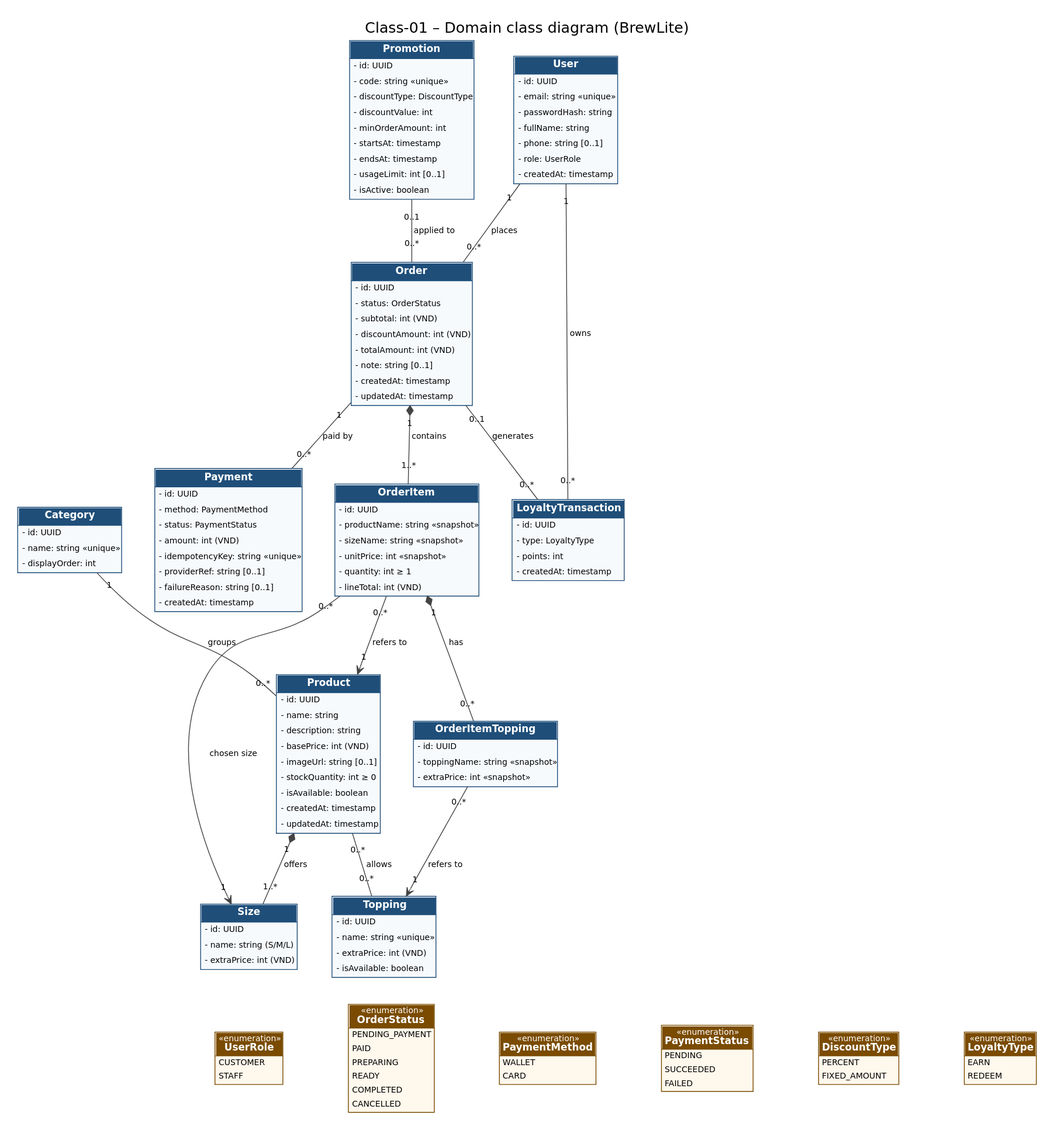
Before: docs/diagrams/class-domain.svg, a diagram exported from PlantUML (nhattranhuynhthien/BrewLite_Assignment_2). Its source is kept beside it as docs/diagrams/class-domain.puml.
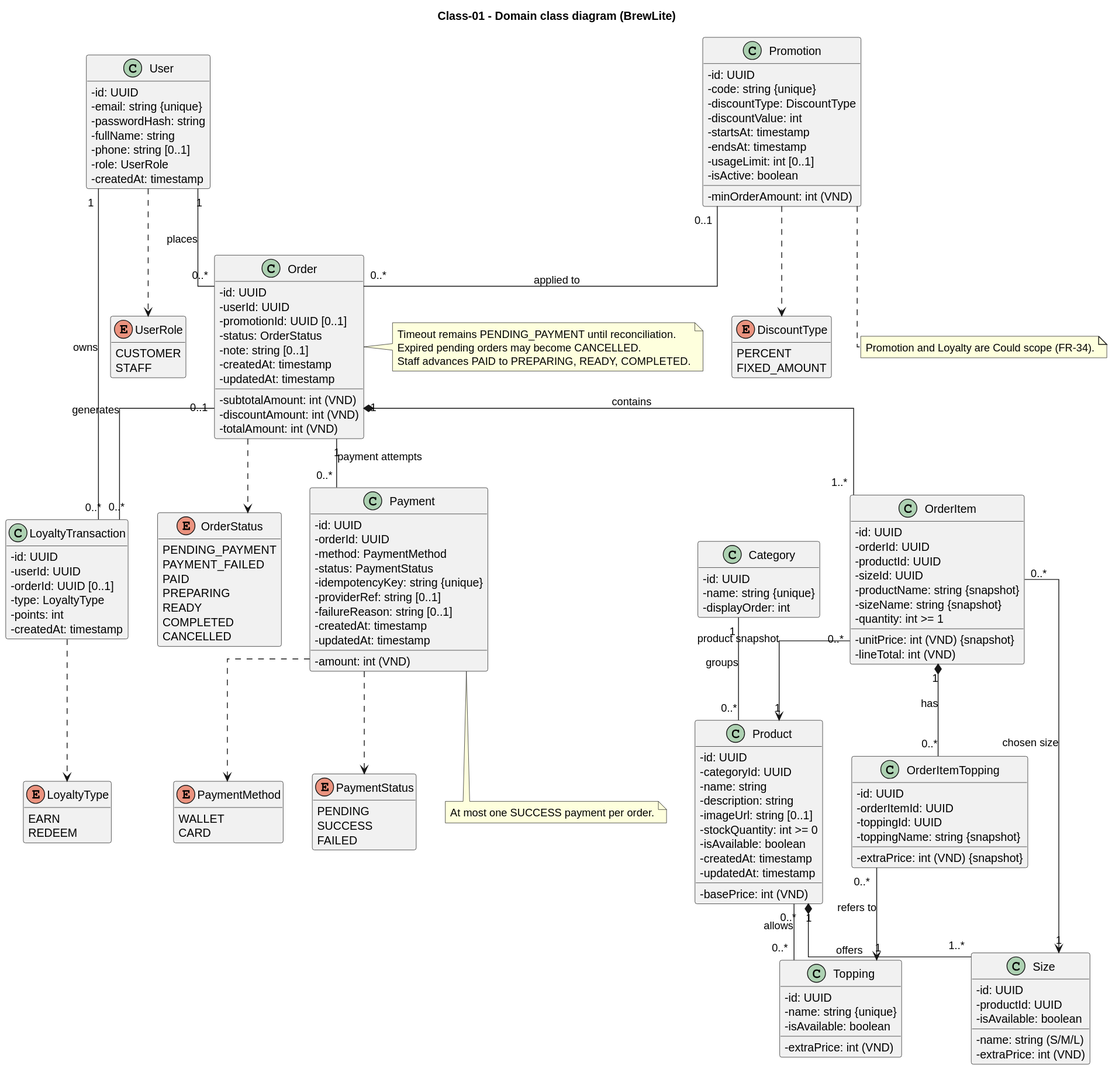
Above is the later version.

Commit message:
docs: update domain class diagram

The edit, as a diff of the source:
```diff
@@ -1,5 +1,5 @@
 @startuml class-domain
-title Class-01 – Domain class diagram (BrewLite)
+title Class-01 - Domain class diagram (BrewLite)
 hide empty methods
 skinparam classAttributeIconSize 0
 skinparam linetype ortho
@@ -7,115 +7,146 @@
 
 class User {
   - id: UUID
-  - email: string «unique»
+  - email: string {unique}
   - passwordHash: string
   - fullName: string
   - phone: string [0..1]
   - role: UserRole
   - createdAt: timestamp
 }
+
 class Category {
   - id: UUID
-  - name: string «unique»
+  - name: string {unique}
   - displayOrder: int
 }
+
 class Product {
   - id: UUID
+  - categoryId: UUID
   - name: string
   - description: string
   - basePrice: int (VND)
   - imageUrl: string [0..1]
-  - stockQuantity: int ≥ 0
+  - stockQuantity: int >= 0
   - isAvailable: boolean
   - createdAt: timestamp
   - updatedAt: timestamp
 }
+
 class Size {
   - id: UUID
+  - productId: UUID
   - name: string (S/M/L)
-  - extraPrice: int (VND)
-}
-class Topping {
-  - id: UUID
-  - name: string «unique»
   - extraPrice: int (VND)
   - isAvailable: boolean
 }
+
+class Topping {
+  - id: UUID
+  - name: string {unique}
+  - extraPrice: int (VND)
+  - isAvailable: boolean
+}
+
 class Order {
   - id: UUID
+  - userId: UUID
+  - promotionId: UUID [0..1]
   - status: OrderStatus
-  - subtotal: int (VND)
+  - subtotalAmount: int (VND)
   - discountAmount: int (VND)
   - totalAmount: int (VND)
   - note: string [0..1]
   - createdAt: timestamp
   - updatedAt: timestamp
 }
+
 class OrderItem {
   - id: UUID
-  - productName: string «snapshot»
-  - sizeName: string «snapshot»
-  - unitPrice: int «snapshot»
-  - quantity: int ≥ 1
+  - orderId: UUID
+  - productId: UUID
+  - sizeId: UUID
+  - productName: string {snapshot}
+  - sizeName: string {snapshot}
+  - unitPrice: int (VND) {snapshot}
+  - quantity: int >= 1
   - lineTotal: int (VND)
 }
+
 class OrderItemTopping {
   - id: UUID
-  - toppingName: string «snapshot»
-  - extraPrice: int «snapshot»
+  - orderItemId: UUID
+  - toppingId: UUID
+  - toppingName: string {snapshot}
+  - extraPrice: int (VND) {snapshot}
 }
+
 class Payment {
   - id: UUID
+  - orderId: UUID
   - method: PaymentMethod
   - status: PaymentStatus
   - amount: int (VND)
-  - idempotencyKey: string «unique»
+  - idempotencyKey: string {unique}
   - providerRef: string [0..1]
   - failureReason: string [0..1]
   - createdAt: timestamp
+  - updatedAt: timestamp
 }
+
 class Promotion {
   - id: UUID
-  - code: string «unique»
+  - code: string {unique}
   - discountType: DiscountType
   - discountValue: int
-  - minOrderAmount: int
+  - minOrderAmount: int (VND)
   - startsAt: timestamp
   - endsAt: timestamp
   - usageLimit: int [0..1]
   - isActive: boolean
 }
+
 class LoyaltyTransaction {
   - id: UUID
+  - userId: UUID
+  - orderId: UUID [0..1]
   - type: LoyaltyType
   - points: int
   - createdAt: timestamp
 }
+
 enum UserRole {
   CUSTOMER
   STAFF
 }
+
 enum OrderStatus {
   PENDING_PAYMENT
+  PAYMENT_FAILED
   PAID
   PREPARING
   READY
   COMPLETED
   CANCELLED
 }
+
 enum PaymentMethod {
   WALLET
   CARD
 }
+
 enum PaymentStatus {
   PENDING
-  SUCCEEDED
+  SUCCESS
   FAILED
 }
+
 enum DiscountType {
   PERCENT
   FIXED_AMOUNT
 }
+
 enum LoyaltyType {
   EARN
   REDEEM
@@ -125,9 +156,9 @@
 Order "1" *-- "1..*" OrderItem : contains
 OrderItem "1" *-- "0..*" OrderItemTopping : has
 OrderItemTopping "0..*" --> "1" Topping : refers to
-OrderItem "0..*" --> "1" Product : refers to
+OrderItem "0..*" --> "1" Product : product snapshot
 OrderItem "0..*" --> "1" Size : chosen size
-Order "1" -- "0..*" Payment : paid by
+Order "1" -- "0..*" Payment : payment attempts
 Promotion "0..1" -- "0..*" Order : applied to
 User "1" -- "0..*" LoyaltyTransaction : owns
 Order "0..1" -- "0..*" LoyaltyTransaction : generates
@@ -142,4 +173,17 @@
 Promotion ..> DiscountType
 LoyaltyTransaction ..> LoyaltyType
 
+note right of Order
+  Timeout remains PENDING_PAYMENT until reconciliation.
+  Expired pending orders may become CANCELLED.
+  Staff advances PAID to PREPARING, READY, COMPLETED.
+end note
+
+note bottom of Payment
+  At most one SUCCESS payment per order.
+end note
+
+note bottom of Promotion
+  Promotion and Loyalty are Could scope (FR-34).
+end note
 @enduml
```
